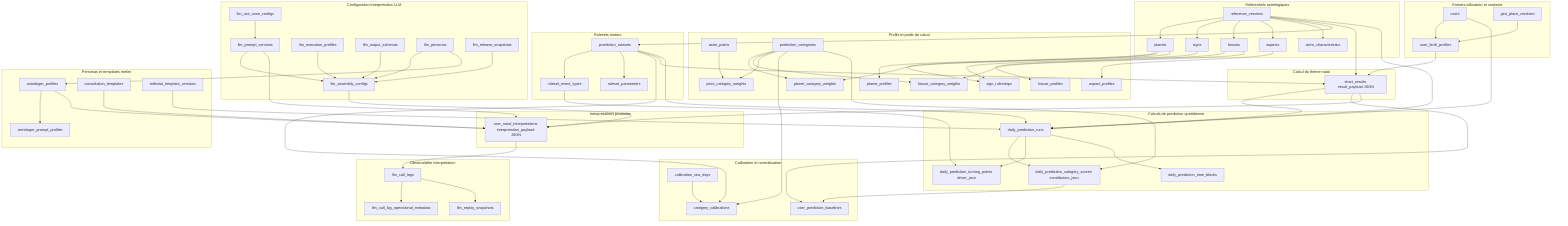
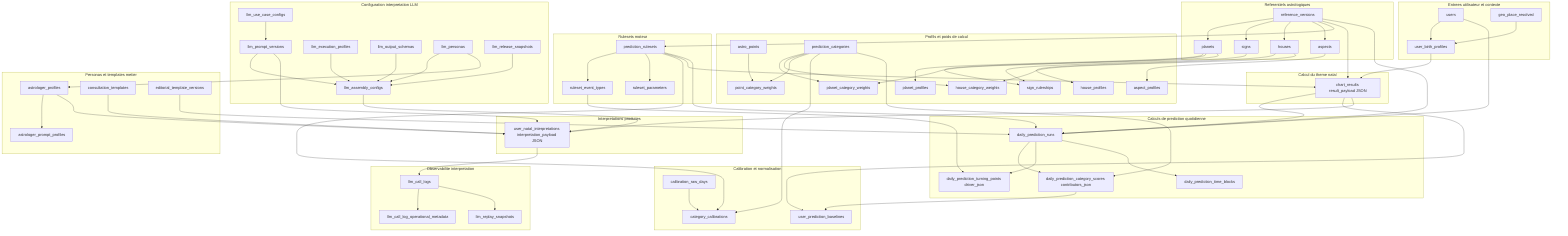
graph TD
    subgraph REF [Referentiels astrologiques]
        reference_versions[reference_versions]
        planets[planets]
        signs[signs]
        houses[houses]
        aspects[aspects]
-         astro_characteristics[astro_characteristics]
    end

    subgraph CALCREF [Profils et poids de calcul]
        planet_profiles[planet_profiles]
        house_profiles[house_profiles]
        aspect_profiles[aspect_profiles]
        astro_points[astro_points]
        sign_rulerships[sign_rulerships]
        prediction_categories[prediction_categories]
        planet_category_weights[planet_category_weights]
        house_category_weights[house_category_weights]
        point_category_weights[point_category_weights]
    end

    subgraph RULES [Rulesets moteur]
        prediction_rulesets[prediction_rulesets]
        ruleset_event_types[ruleset_event_types]
        ruleset_parameters[ruleset_parameters]
    end

    subgraph INPUTS [Entrees utilisateur et contexte]
        users[users]
        user_birth_profiles[user_birth_profiles]
        geo_place_resolved[geo_place_resolved]
    end

    subgraph NATAL [Calcul du theme natal]
        chart_results[chart_results result_payload JSON]
    end

    subgraph DAILY [Calculs de prediction quotidienne]
        daily_prediction_runs[daily_prediction_runs]
        daily_prediction_category_scores[daily_prediction_category_scores contributors_json]
        daily_prediction_turning_points[daily_prediction_turning_points driver_json]
        daily_prediction_time_blocks[daily_prediction_time_blocks]
    end

    subgraph CALIB [Calibration et normalisation]
        category_calibrations[category_calibrations]
        calibration_raw_days[calibration_raw_days]
        user_prediction_baselines[user_prediction_baselines]
    end

    subgraph LLMCONF [Configuration interpretation LLM]
        llm_use_case_configs[llm_use_case_configs]
        llm_prompt_versions[llm_prompt_versions]
        llm_assembly_configs[llm_assembly_configs]
        llm_execution_profiles[llm_execution_profiles]
        llm_output_schemas[llm_output_schemas]
        llm_personas[llm_personas]
        llm_release_snapshots[llm_release_snapshots]
    end

    subgraph PERSONA [Personas et templates metier]
        astrologer_profiles[astrologer_profiles]
        astrologer_prompt_profiles[astrologer_prompt_profiles]
        consultation_templates[consultation_templates]
        editorial_template_versions[editorial_template_versions]
    end

    subgraph INTERP [Interpretations produites]
        user_natal_interpretations[user_natal_interpretations interpretation_payload JSON]
    end

    subgraph OBS [Observabilite interpretation]
        llm_call_logs[llm_call_logs]
        llm_call_log_operational_metadata[llm_call_log_operational_metadata]
        llm_replay_snapshots[llm_replay_snapshots]
    end

    reference_versions --> planets
    reference_versions --> signs
    reference_versions --> houses
    reference_versions --> aspects
-     reference_versions --> astro_characteristics

    planets --> planet_profiles
    houses --> house_profiles
    aspects --> aspect_profiles
    signs --> sign_rulerships
    planets --> sign_rulerships
    planets --> planet_category_weights
    houses --> house_category_weights
    astro_points --> point_category_weights
    prediction_categories --> planet_category_weights
    prediction_categories --> house_category_weights
    prediction_categories --> point_category_weights

    reference_versions --> prediction_rulesets
    prediction_rulesets --> ruleset_event_types
    prediction_rulesets --> ruleset_parameters
    prediction_rulesets --> category_calibrations
    prediction_categories --> category_calibrations

    users --> user_birth_profiles
    geo_place_resolved --> user_birth_profiles
    user_birth_profiles --> chart_results
    reference_versions --> chart_results
    prediction_rulesets --> chart_results

    chart_results --> daily_prediction_runs
    users --> daily_prediction_runs
    reference_versions --> daily_prediction_runs
    prediction_rulesets --> daily_prediction_runs
    daily_prediction_runs --> daily_prediction_category_scores
    daily_prediction_runs --> daily_prediction_turning_points
    daily_prediction_runs --> daily_prediction_time_blocks
    prediction_categories --> daily_prediction_category_scores
    ruleset_event_types --> daily_prediction_turning_points

    calibration_raw_days --> category_calibrations
    daily_prediction_category_scores --> user_prediction_baselines
    chart_results --> user_prediction_baselines

    chart_results --> user_natal_interpretations
    llm_use_case_configs --> llm_prompt_versions
    llm_prompt_versions --> llm_assembly_configs
    llm_personas --> llm_assembly_configs
    llm_execution_profiles --> llm_assembly_configs
    llm_output_schemas --> llm_assembly_configs
    llm_release_snapshots --> llm_assembly_configs
    llm_personas --> astrologer_profiles
    astrologer_profiles --> astrologer_prompt_profiles
    astrologer_profiles --> user_natal_interpretations
    llm_prompt_versions --> user_natal_interpretations
    llm_assembly_configs --> user_natal_interpretations
    consultation_templates --> user_natal_interpretations
    editorial_template_versions --> daily_prediction_runs

    user_natal_interpretations --> llm_call_logs
    llm_call_logs --> llm_call_log_operational_metadata
    llm_call_logs --> llm_replay_snapshots
